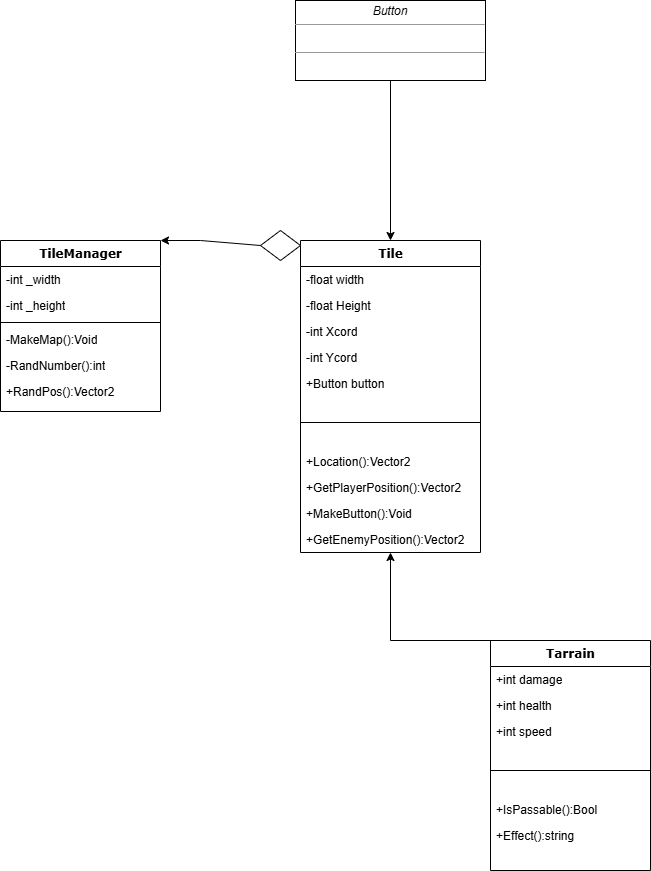
Before: doc/TL2_Malik/Classdiagram.drawio.png, a diagram exported from draw.io (sudojustin/CS-383-HexTanx). Source tidied: cells renumbered, new cells last; positions are measured from the earlier drawing's top-left corner, leaving out a move shared by most shapes.
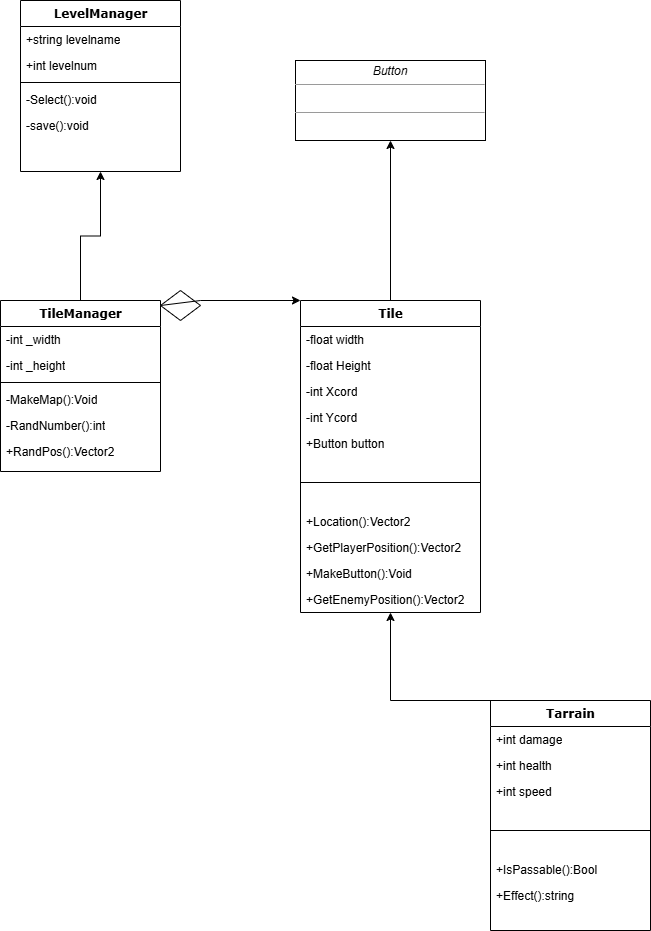
The same file after the commit.

What changed in the source:
```diff
@@ -35,6 +35,9 @@
     <mxCell id="12" value="+GetEnemyPosition():Vector2" style="text;html=1;strokeColor=none;fillColor=none;align=left;verticalAlign=top;spacingLeft=4;spacingRight=4;whiteSpace=wrap;overflow=hidden;" parent="2" vertex="1">
       <mxGeometry y="286" width="180" height="26" as="geometry" />
     </mxCell>
+    <mxCell id="32" style="edgeStyle=orthogonalEdgeStyle;rounded=0;jettySize=auto;html=1;exitX=0.5;exitY=0;exitDx=0;exitDy=0;entryX=0.5;entryY=1;entryDx=0;entryDy=0;" parent="1" edge="1" source="13" target="34">
+      <mxGeometry relative="1" as="geometry" />
+    </mxCell>
     <mxCell id="13" value="TileManager" style="swimlane;html=1;fontStyle=1;align=center;verticalAlign=top;horizontal=1;startSize=26;swimlaneFillColor=#ffffff;rounded=0;shadow=0;comic=0;labelBackgroundColor=none;strokeWidth=1;fillColor=none;fontFamily=Verdana;fontSize=12;" parent="1" vertex="1">
       <mxGeometry y="240" width="160" height="171" as="geometry" />
     </mxCell>
@@ -59,9 +62,6 @@
     <mxCell id="20" value="&lt;p style=&quot;margin:0px;margin-top:4px;text-align:center;&quot;&gt;&lt;i&gt;Button&lt;/i&gt;&lt;/p&gt;&lt;hr size=&quot;1&quot;&gt;&lt;p style=&quot;margin:0px;margin-left:4px;&quot;&gt;&lt;br&gt;&lt;/p&gt;&lt;hr size=&quot;1&quot;&gt;&lt;p style=&quot;margin:0px;margin-left:4px;&quot;&gt;&lt;br&gt;&lt;/p&gt;" style="verticalAlign=top;align=left;overflow=fill;fontSize=12;fontFamily=Helvetica;html=1;rounded=0;shadow=0;comic=0;labelBackgroundColor=none;strokeWidth=1;" parent="1" vertex="1">
       <mxGeometry x="295" width="190" height="80" as="geometry" />
     </mxCell>
-    <mxCell id="21" style="endArrow=classic;html=1;rounded=0;exitX=0.5;exitY=1;exitDx=0;exitDy=0;entryX=0.5;entryY=0;entryDx=0;entryDy=0;" parent="1" edge="1" source="20" target="2">
-      <mxGeometry relative="1" as="geometry" />
-    </mxCell>
     <mxCell id="22" value="Tarrain" style="swimlane;html=1;fontStyle=1;align=center;verticalAlign=top;horizontal=1;startSize=26;swimlaneFillColor=#ffffff;rounded=0;shadow=0;comic=0;labelBackgroundColor=none;strokeWidth=1;fillColor=none;fontFamily=Verdana;fontSize=12;" parent="1" vertex="1">
       <mxGeometry x="490" y="640" width="160" height="230" as="geometry" />
     </mxCell>
@@ -91,14 +91,35 @@
       </mxGeometry>
     </mxCell>
     <mxCell id="30" style="rhombus;whiteSpace=wrap;html=1;" parent="1" vertex="1">
-      <mxGeometry x="260" y="230" width="40" height="30" as="geometry" />
+      <mxGeometry x="160" y="230" width="40" height="30" as="geometry" />
     </mxCell>
-    <mxCell id="31" style="endArrow=classic;html=1;rounded=0;exitX=0;exitY=0.5;exitDx=0;exitDy=0;entryX=1;entryY=0;entryDx=0;entryDy=0;" parent="1" edge="1" source="30" target="13">
+    <mxCell id="31" style="endArrow=classic;html=1;rounded=0;exitX=0;exitY=0.5;exitDx=0;exitDy=0;entryX=0;entryY=0;entryDx=0;entryDy=0;" parent="1" edge="1" source="30" target="2">
       <mxGeometry relative="1" as="geometry">
         <Array as="points">
           <mxPoint x="200" y="240" />
         </Array>
       </mxGeometry>
     </mxCell>
+    <mxCell id="33" style="endArrow=classic;html=1;rounded=0;entryX=0.5;entryY=1;entryDx=0;entryDy=0;exitX=0.5;exitY=0;exitDx=0;exitDy=0;" parent="1" edge="1" source="2" target="20">
+      <mxGeometry relative="1" as="geometry" />
+    </mxCell>
+    <mxCell id="34" value="LevelManager" style="swimlane;html=1;fontStyle=1;align=center;verticalAlign=top;horizontal=1;startSize=26;swimlaneFillColor=#ffffff;rounded=0;shadow=0;comic=0;labelBackgroundColor=none;strokeWidth=1;fillColor=none;fontFamily=Verdana;fontSize=12;" parent="1" vertex="1">
+      <mxGeometry x="20" y="-60" width="160" height="171" as="geometry" />
+    </mxCell>
+    <mxCell id="35" value="+string levelname&lt;span style=&quot;color: rgba(0, 0, 0, 0); font-family: monospace; font-size: 0px; text-wrap-mode: nowrap;&quot;&gt;%3CmxGraphModel%3E%3Croot%3E%3CmxCell%20id%3D%220%22%2F%3E%3CmxCell%20id%3D%221%22%20parent%3D%220%22%2F%3E%3CmxCell%20id%3D%222%22%20value%3D%22TileManager%22%20style%3D%22swimlane%3Bhtml%3D1%3BfontStyle%3D1%3Balign%3Dcenter%3BverticalAlign%3Dtop%3BchildLayout%3DstackLayout%3Bhorizontal%3D1%3BstartSize%3D26%3BhorizontalStack%3D0%3BresizeParent%3D1%3BresizeLast%3D0%3Bcollapsible%3D1%3BmarginBottom%3D0%3BswimlaneFillColor%3D%23ffffff%3Brounded%3D0%3Bshadow%3D0%3Bcomic%3D0%3BlabelBackgroundColor%3Dnone%3BstrokeWidth%3D1%3BfillColor%3Dnone%3BfontFamily%3DVerdana%3BfontSize%3D12%22%20vertex%3D%221%22%20parent%3D%221%22%3E%3CmxGeometry%20x%3D%2220%22%20y%3D%22120%22%20width%3D%22160%22%20height%3D%22171%22%20as%3D%22geometry%22%2F%3E%3C%2FmxCell%3E%3CmxCell%20id%3D%223%22%20value%3D%22-int%20_width%22%20style%3D%22text%3Bhtml%3D1%3BstrokeColor%3Dnone%3BfillColor%3Dnone%3Balign%3Dleft%3BverticalAlign%3Dtop%3BspacingLeft%3D4%3BspacingRight%3D4%3BwhiteSpace%3Dwrap%3Boverflow%3Dhidden%3Brotatable%3D0%3Bpoints%3D%5B%5B0%2C0.5%5D%2C%5B1%2C0.5%5D%5D%3BportConstraint%3Deastwest%3B%22%20vertex%3D%221%22%20parent%3D%222%22%3E%3CmxGeometry%20y%3D%2226%22%20width%3D%22160%22%20height%3D%2226%22%20as%3D%22geometry%22%2F%3E%3C%2FmxCell%3E%3CmxCell%20id%3D%224%22%20value%3D%22-int%20_height%22%20style%3D%22text%3Bhtml%3D1%3BstrokeColor%3Dnone%3BfillColor%3Dnone%3Balign%3Dleft%3BverticalAlign%3Dtop%3BspacingLeft%3D4%3BspacingRight%3D4%3BwhiteSpace%3Dwrap%3Boverflow%3Dhidden%3Brotatable%3D0%3Bpoints%3D%5B%5B0%2C0.5%5D%2C%5B1%2C0.5%5D%5D%3BportConstraint%3Deastwest%3B%22%20vertex%3D%221%22%20parent%3D%222%22%3E%3CmxGeometry%20y%3D%2252%22%20width%3D%22160%22%20height%3D%2226%22%20as%3D%22geometry%22%2F%3E%3C%2FmxCell%3E%3CmxCell%20id%3D%225%22%20value%3D%22%22%20style%3D%22line%3Bhtml%3D1%3BstrokeWidth%3D1%3BfillColor%3Dnone%3Balign%3Dleft%3BverticalAlign%3Dmiddle%3BspacingTop%3D-1%3BspacingLeft%3D3%3BspacingRight%3D3%3Brotatable%3D0%3BlabelPosition%3Dright%3Bpoints%3D%5B%5D%3BportConstraint%3Deastwest%3B%22%20vertex%3D%221%22%20parent%3D%222%22%3E%3CmxGeometry%20y%3D%2278%22%20width%3D%22160%22%20height%3D%228%22%20as%3D%22geometry%22%2F%3E%3C%2FmxCell%3E%3CmxCell%20id%3D%226%22%20value%3D%22-MakeMap()%3AVoid%22%20style%3D%22text%3Bhtml%3D1%3BstrokeColor%3Dnone%3BfillColor%3Dnone%3Balign%3Dleft%3BverticalAlign%3Dtop%3BspacingLeft%3D4%3BspacingRight%3D4%3BwhiteSpace%3Dwrap%3Boverflow%3Dhidden%3Brotatable%3D0%3Bpoints%3D%5B%5B0%2C0.5%5D%2C%5B1%2C0.5%5D%5D%3BportConstraint%3Deastwest%3B%22%20vertex%3D%221%22%20parent%3D%222%22%3E%3CmxGeometry%20y%3D%2286%22%20width%3D%22160%22%20height%3D%2226%22%20as%3D%22geometry%22%2F%3E%3C%2FmxCell%3E%3CmxCell%20id%3D%227%22%20value%3D%22-RandNumber()%3Aint%26lt%3Bspan%20style%3D%26quot%3Bcolor%3A%20rgba(0%2C%200%2C%200%2C%200)%3B%20font-family%3A%20monospace%3B%20font-size%3A%200px%3B%20text-wrap-mode%3A%20nowrap%3B%26quot%3B%26gt%3B%253CmxGraphModel%253E%253Croot%253E%253CmxCell%2520id%253D%25220%2522%252F%253E%253CmxCell%2520id%253D%25221%2522%2520parent%253D%25220%2522%252F%253E%253CmxCell%2520id%253D%25222%2522%2520value%253D%2522%252Bint%2520health%2522%2520style%253D%2522text%253Bhtml%253D1%253BstrokeColor%253Dnone%253BfillColor%253Dnone%253Balign%253Dleft%253BverticalAlign%253Dtop%253BspacingLeft%253D4%253BspacingRight%253D4%253BwhiteSpace%253Dwrap%253Boverflow%253Dhidden%253Brotatable%253D0%253Bpoints%253D%255B%255B0%252C0.5%255D%252C%255B1%252C0.5%255D%255D%253BportConstraint%253Deastwest%253B%2522%2520vertex%253D%25221%2522%2520parent%253D%25221%2522%253E%253CmxGeometry%2520x%253D%2522510%2522%2520y%253D%2522572%2522%2520width%253D%2522160%2522%2520height%253D%252226%2522%2520as%253D%2522geometry%2522%252F%253E%253C%252FmxCell%253E%253C%252Froot%253E%253C%252FmxGraphModel%253E%26lt%3B%2Fspan%26gt%3B%22%20style%3D%22text%3Bhtml%3D1%3BstrokeColor%3Dnone%3BfillColor%3Dnone%3Balign%3Dleft%3BverticalAlign%3Dtop%3BspacingLeft%3D4%3BspacingRight%3D4%3BwhiteSpace%3Dwrap%3Boverflow%3Dhidden%3Brotatable%3D0%3Bpoints%3D%5B%5B0%2C0.5%5D%2C%5B1%2C0.5%5D%5D%3BportConstraint%3Deastwest%3B%22%20vertex%3D%221%22%20parent%3D%222%22%3E%3CmxGeometry%20y%3D%22112%22%20width%3D%22160%22%20height%3D%2226%22%20as%3D%22geometry%22%2F%3E%3C%2FmxCell%3E%3CmxCell%20id%3D%228%22%20value%3D%22%2BRandPos()%3AVector2%22%20style%3D%22text%3Bhtml%3D1%3BstrokeColor%3Dnone%3BfillColor%3Dnone%3Balign%3Dleft%3BverticalAlign%3Dtop%3BspacingLeft%3D4%3BspacingRight%3D4%3BwhiteSpace%3Dwrap%3Boverflow%3Dhidden%3Brotatable%3D0%3Bpoints%3D%5B%5B0%2C0.5%5D%2C%5B1%2C0.5%5D%5D%3BportConstraint%3Deastwest%3B%22%20vertex%3D%221%22%20parent%3D%222%22%3E%3CmxGeometry%20y%3D%22138%22%20width%3D%22160%22%20height%3D%2226%22%20as%3D%22geometry%22%2F%3E%3C%2FmxCell%3E%3C%2Froot%3E%3C%2FmxGraphModel%3E&lt;/span&gt;" style="text;html=1;strokeColor=none;fillColor=none;align=left;verticalAlign=top;spacingLeft=4;spacingRight=4;whiteSpace=wrap;overflow=hidden;" parent="34" vertex="1">
+      <mxGeometry y="26" width="160" height="26" as="geometry" />
+    </mxCell>
+    <mxCell id="36" value="+int levelnum&lt;span style=&quot;color: rgba(0, 0, 0, 0); font-family: monospace; font-size: 0px; text-wrap-mode: nowrap;&quot;&gt;%3CmxGraphModel%3E%3Croot%3E%3CmxCell%20id%3D%220%22%2F%3E%3CmxCell%20id%3D%221%22%20parent%3D%220%22%2F%3E%3CmxCell%20id%3D%222%22%20value%3D%22TileManager%22%20style%3D%22swimlane%3Bhtml%3D1%3BfontStyle%3D1%3Balign%3Dcenter%3BverticalAlign%3Dtop%3BchildLayout%3DstackLayout%3Bhorizontal%3D1%3BstartSize%3D26%3BhorizontalStack%3D0%3BresizeParent%3D1%3BresizeLast%3D0%3Bcollapsible%3D1%3BmarginBottom%3D0%3BswimlaneFillColor%3D%23ffffff%3Brounded%3D0%3Bshadow%3D0%3Bcomic%3D0%3BlabelBackgroundColor%3Dnone%3BstrokeWidth%3D1%3BfillColor%3Dnone%3BfontFamily%3DVerdana%3BfontSize%3D12%22%20vertex%3D%221%22%20parent%3D%221%22%3E%3CmxGeometry%20x%3D%2220%22%20y%3D%22120%22%20width%3D%22160%22%20height%3D%22171%22%20as%3D%22geometry%22%2F%3E%3C%2FmxCell%3E%3CmxCell%20id%3D%223%22%20value%3D%22-int%20_width%22%20style%3D%22text%3Bhtml%3D1%3BstrokeColor%3Dnone%3BfillColor%3Dnone%3Balign%3Dleft%3BverticalAlign%3Dtop%3BspacingLeft%3D4%3BspacingRight%3D4%3BwhiteSpace%3Dwrap%3Boverflow%3Dhidden%3Brotatable%3D0%3Bpoints%3D%5B%5B0%2C0.5%5D%2C%5B1%2C0.5%5D%5D%3BportConstraint%3Deastwest%3B%22%20vertex%3D%221%22%20parent%3D%222%22%3E%3CmxGeometry%20y%3D%2226%22%20width%3D%22160%22%20height%3D%2226%22%20as%3D%22geometry%22%2F%3E%3C%2FmxCell%3E%3CmxCell%20id%3D%224%22%20value%3D%22-int%20_height%22%20style%3D%22text%3Bhtml%3D1%3BstrokeColor%3Dnone%3BfillColor%3Dnone%3Balign%3Dleft%3BverticalAlign%3Dtop%3BspacingLeft%3D4%3BspacingRight%3D4%3BwhiteSpace%3Dwrap%3Boverflow%3Dhidden%3Brotatable%3D0%3Bpoints%3D%5B%5B0%2C0.5%5D%2C%5B1%2C0.5%5D%5D%3BportConstraint%3Deastwest%3B%22%20vertex%3D%221%22%20parent%3D%222%22%3E%3CmxGeometry%20y%3D%2252%22%20width%3D%22160%22%20height%3D%2226%22%20as%3D%22geometry%22%2F%3E%3C%2FmxCell%3E%3CmxCell%20id%3D%225%22%20value%3D%22%22%20style%3D%22line%3Bhtml%3D1%3BstrokeWidth%3D1%3BfillColor%3Dnone%3Balign%3Dleft%3BverticalAlign%3Dmiddle%3BspacingTop%3D-1%3BspacingLeft%3D3%3BspacingRight%3D3%3Brotatable%3D0%3BlabelPosition%3Dright%3Bpoints%3D%5B%5D%3BportConstraint%3Deastwest%3B%22%20vertex%3D%221%22%20parent%3D%222%22%3E%3CmxGeometry%20y%3D%2278%22%20width%3D%22160%22%20height%3D%228%22%20as%3D%22geometry%22%2F%3E%3C%2FmxCell%3E%3CmxCell%20id%3D%226%22%20value%3D%22-MakeMap()%3AVoid%22%20style%3D%22text%3Bhtml%3D1%3BstrokeColor%3Dnone%3BfillColor%3Dnone%3Balign%3Dleft%3BverticalAlign%3Dtop%3BspacingLeft%3D4%3BspacingRight%3D4%3BwhiteSpace%3Dwrap%3Boverflow%3Dhidden%3Brotatable%3D0%3Bpoints%3D%5B%5B0%2C0.5%5D%2C%5B1%2C0.5%5D%5D%3BportConstraint%3Deastwest%3B%22%20vertex%3D%221%22%20parent%3D%222%22%3E%3CmxGeometry%20y%3D%2286%22%20width%3D%22160%22%20height%3D%2226%22%20as%3D%22geometry%22%2F%3E%3C%2FmxCell%3E%3CmxCell%20id%3D%227%22%20value%3D%22-RandNumber()%3Aint%26lt%3Bspan%20style%3D%26quot%3Bcolor%3A%20rgba(0%2C%200%2C%200%2C%200)%3B%20font-family%3A%20monospace%3B%20font-size%3A%200px%3B%20text-wrap-mode%3A%20nowrap%3B%26quot%3B%26gt%3B%253CmxGraphModel%253E%253Croot%253E%253CmxCell%2520id%253D%25220%2522%252F%253E%253CmxCell%2520id%253D%25221%2522%2520parent%253D%25220%2522%252F%253E%253CmxCell%2520id%253D%25222%2522%2520value%253D%2522%252Bint%2520health%2522%2520style%253D%2522text%253Bhtml%253D1%253BstrokeColor%253Dnone%253BfillColor%253Dnone%253Balign%253Dleft%253BverticalAlign%253Dtop%253BspacingLeft%253D4%253BspacingRight%253D4%253BwhiteSpace%253Dwrap%253Boverflow%253Dhidden%253Brotatable%253D0%253Bpoints%253D%255B%255B0%252C0.5%255D%252C%255B1%252C0.5%255D%255D%253BportConstraint%253Deastwest%253B%2522%2520vertex%253D%25221%2522%2520parent%253D%25221%2522%253E%253CmxGeometry%2520x%253D%2522510%2522%2520y%253D%2522572%2522%2520width%253D%2522160%2522%2520height%253D%252226%2522%2520as%253D%2522geometry%2522%252F%253E%253C%252FmxCell%253E%253C%252Froot%253E%253C%252FmxGraphModel%253E%26lt%3B%2Fspan%26gt%3B%22%20style%3D%22text%3Bhtml%3D1%3BstrokeColor%3Dnone%3BfillColor%3Dnone%3Balign%3Dleft%3BverticalAlign%3Dtop%3BspacingLeft%3D4%3BspacingRight%3D4%3BwhiteSpace%3Dwrap%3Boverflow%3Dhidden%3Brotatable%3D0%3Bpoints%3D%5B%5B0%2C0.5%5D%2C%5B1%2C0.5%5D%5D%3BportConstraint%3Deastwest%3B%22%20vertex%3D%221%22%20parent%3D%222%22%3E%3CmxGeometry%20y%3D%22112%22%20width%3D%22160%22%20height%3D%2226%22%20as%3D%22geometry%22%2F%3E%3C%2FmxCell%3E%3CmxCell%20id%3D%228%22%20value%3D%22%2BRandPos()%3AVector2%22%20style%3D%22text%3Bhtml%3D1%3BstrokeColor%3Dnone%3BfillColor%3Dnone%3Balign%3Dleft%3BverticalAlign%3Dtop%3BspacingLeft%3D4%3BspacingRight%3D4%3BwhiteSpace%3Dwrap%3Boverflow%3Dhidden%3Brotatable%3D0%3Bpoints%3D%5B%5B0%2C0.5%5D%2C%5B1%2C0.5%5D%5D%3BportConstraint%3Deastwest%3B%22%20vertex%3D%221%22%20parent%3D%222%22%3E%3CmxGeometry%20y%3D%22138%22%20width%3D%22160%22%20height%3D%2226%22%20as%3D%22geometry%22%2F%3E%3C%2FmxCell%3E%3C%2Froot%3E%3C%2FmxGraphModel%3E&lt;/span&gt;" style="text;html=1;strokeColor=none;fillColor=none;align=left;verticalAlign=top;spacingLeft=4;spacingRight=4;whiteSpace=wrap;overflow=hidden;" parent="34" vertex="1">
+      <mxGeometry y="52" width="160" height="26" as="geometry" />
+    </mxCell>
+    <mxCell id="37" style="line;html=1;strokeWidth=1;fillColor=none;align=left;verticalAlign=middle;spacingTop=-1;spacingLeft=3;spacingRight=3;labelPosition=right;" parent="34" vertex="1">
+      <mxGeometry y="78" width="160" height="8" as="geometry" />
+    </mxCell>
+    <mxCell id="38" value="-Select():void" style="text;html=1;strokeColor=none;fillColor=none;align=left;verticalAlign=top;spacingLeft=4;spacingRight=4;whiteSpace=wrap;overflow=hidden;" parent="34" vertex="1">
+      <mxGeometry y="86" width="160" height="26" as="geometry" />
+    </mxCell>
+    <mxCell id="39" value="-save():void" style="text;html=1;strokeColor=none;fillColor=none;align=left;verticalAlign=top;spacingLeft=4;spacingRight=4;whiteSpace=wrap;overflow=hidden;" parent="34" vertex="1">
+      <mxGeometry y="112" width="160" height="26" as="geometry" />
+    </mxCell>
   </root>
 </mxGraphModel>
```
